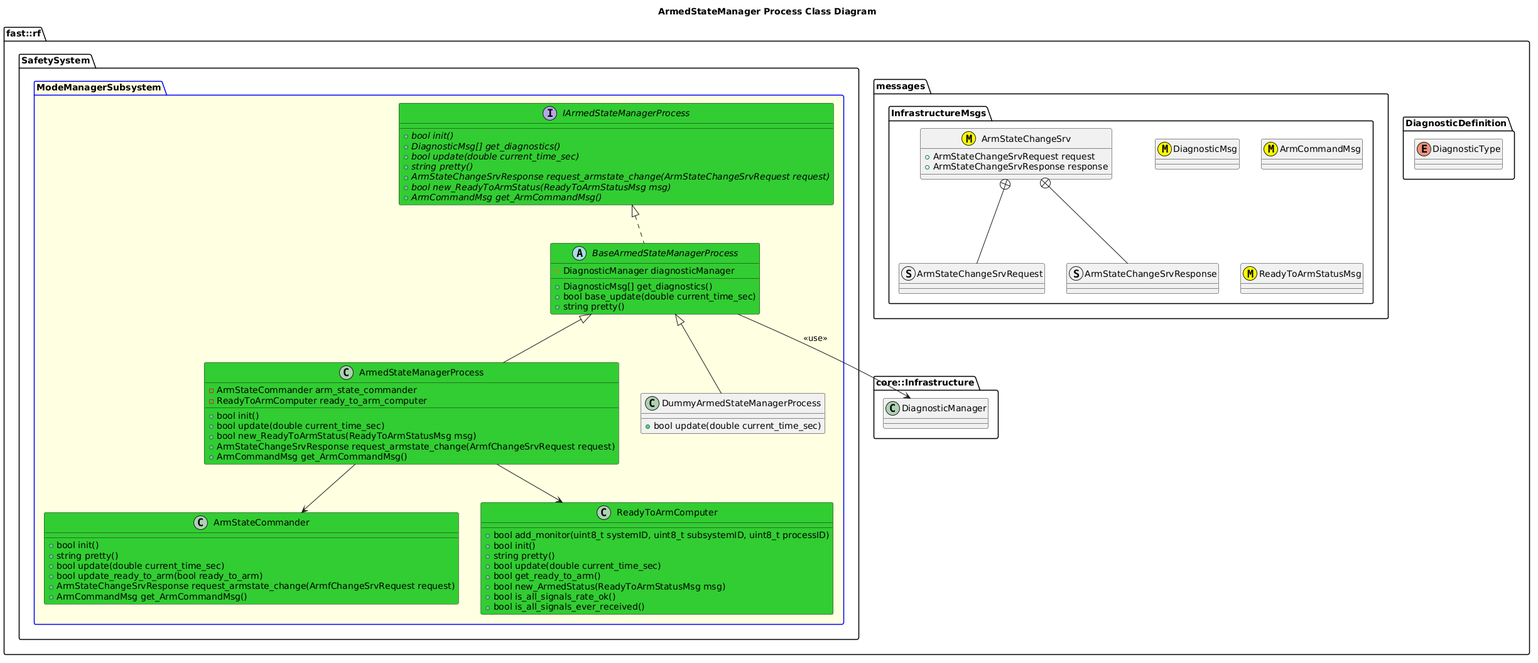
Earlier version of the PlantUML export Systems/Safety/Subsystems/ModeManager/Processes/ArmedStateManager/doc/puml/ArmedStateManagerProcessClassDiagram.png (fastrobotics/robot_framework).
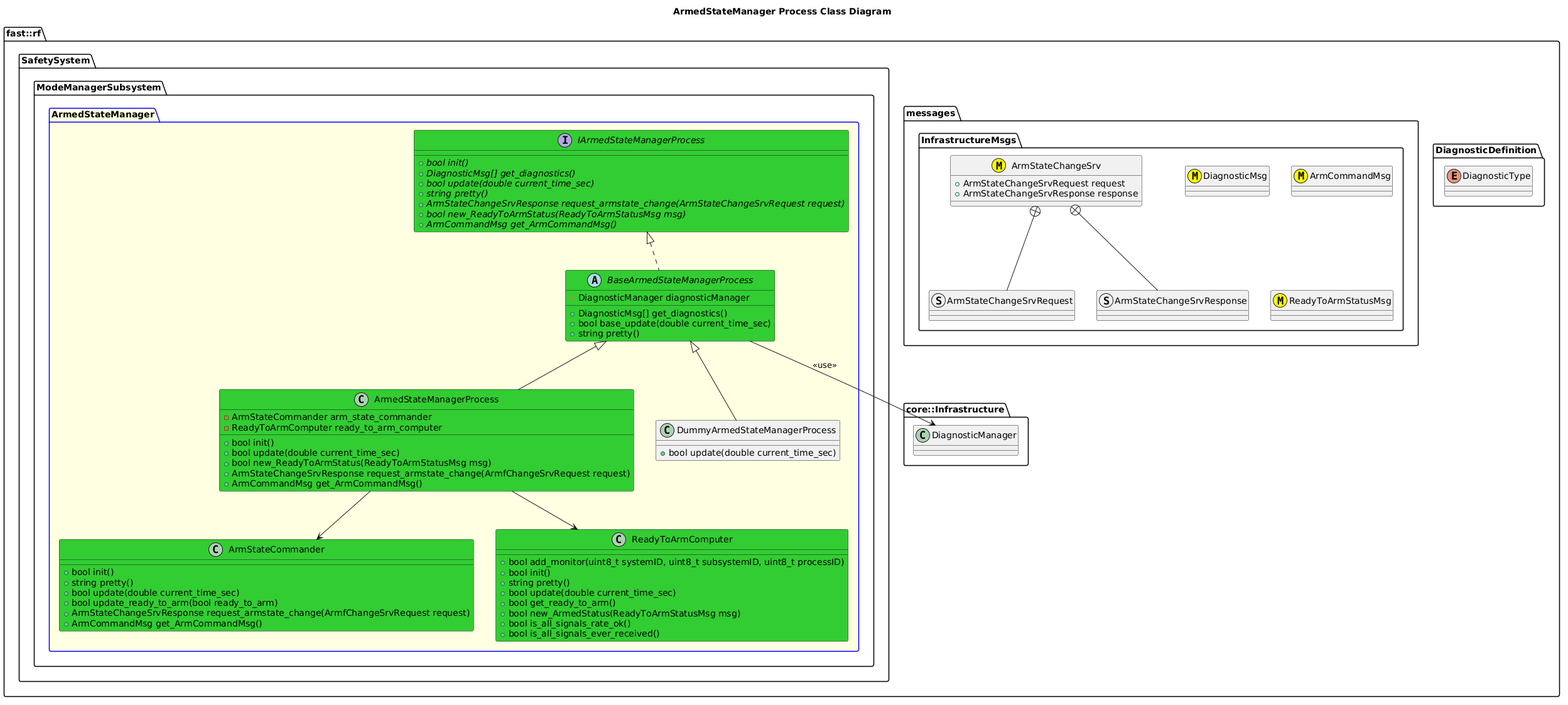
The same file after the commit.

Diff of the diagram source:
```diff
@@ -24,7 +24,8 @@
     class DiagnosticManager
   }
   namespace SafetySystem {
-    package ModeManagerSubsystem #LightYellow;line:blue {
+    namespace ModeManagerSubsystem {
+      package ArmedStateManager #LightYellow;line:blue {
         class ArmStateCommander #LimeGreen {
             +bool init()
             +string pretty()
@@ -77,6 +78,7 @@
           +bool update(double current_time_sec)
         }
         DummyArmedStateManagerProcess -up-|> BaseArmedStateManagerProcess
+      }
     }
   }
 }
```
